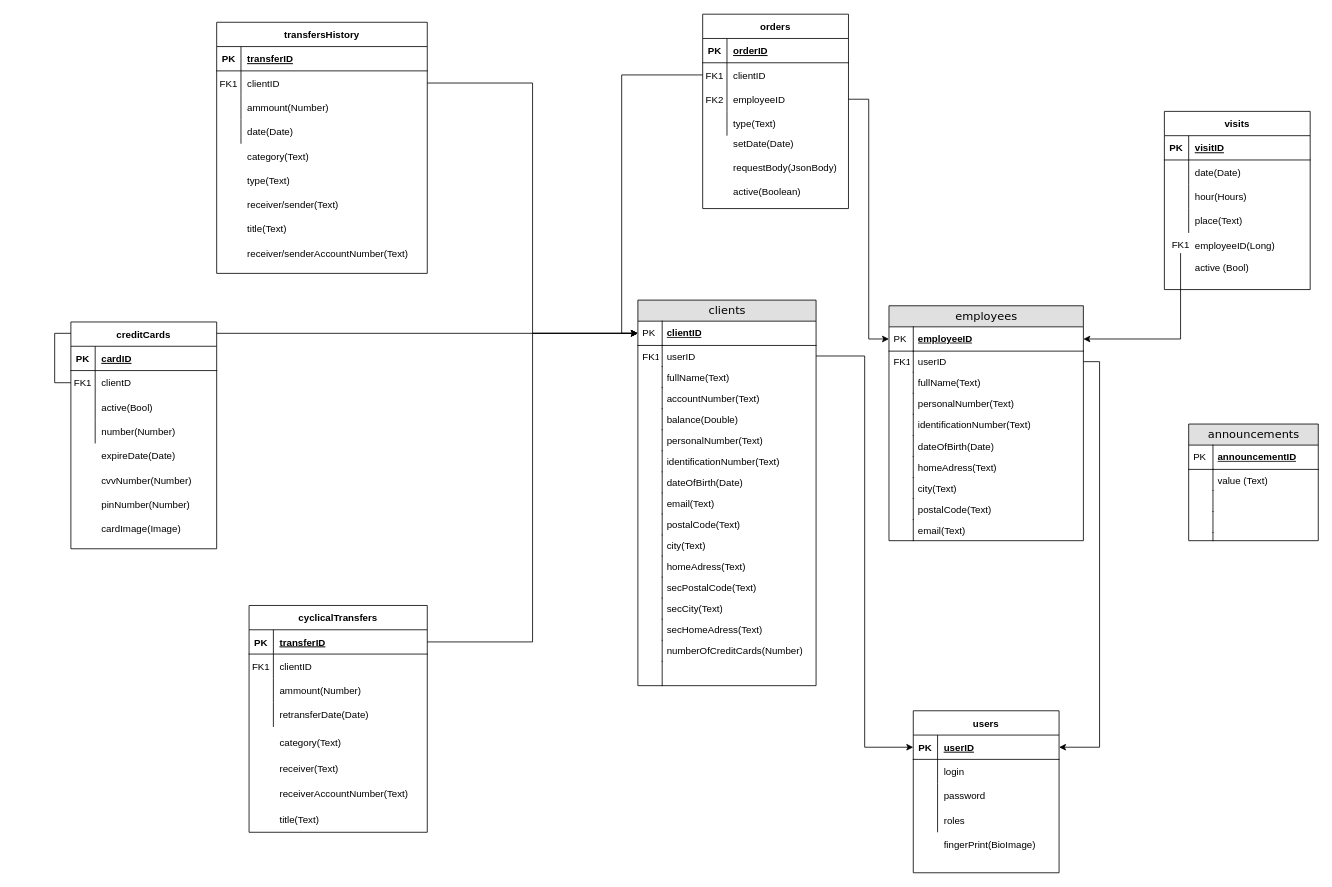
Before: src/main/backend/DatabaseSchema.drawio in Paros998/OnlineBankBackend, a draw.io diagram. Source tidied: cells renumbered, new cells numbered last; positions are measured from the earlier drawing's top-left corner, leaving out a move shared by most shapes. Both pictures are drawn from the tidied source at 81%, with x=0, y=0 at pixel (70, 14).
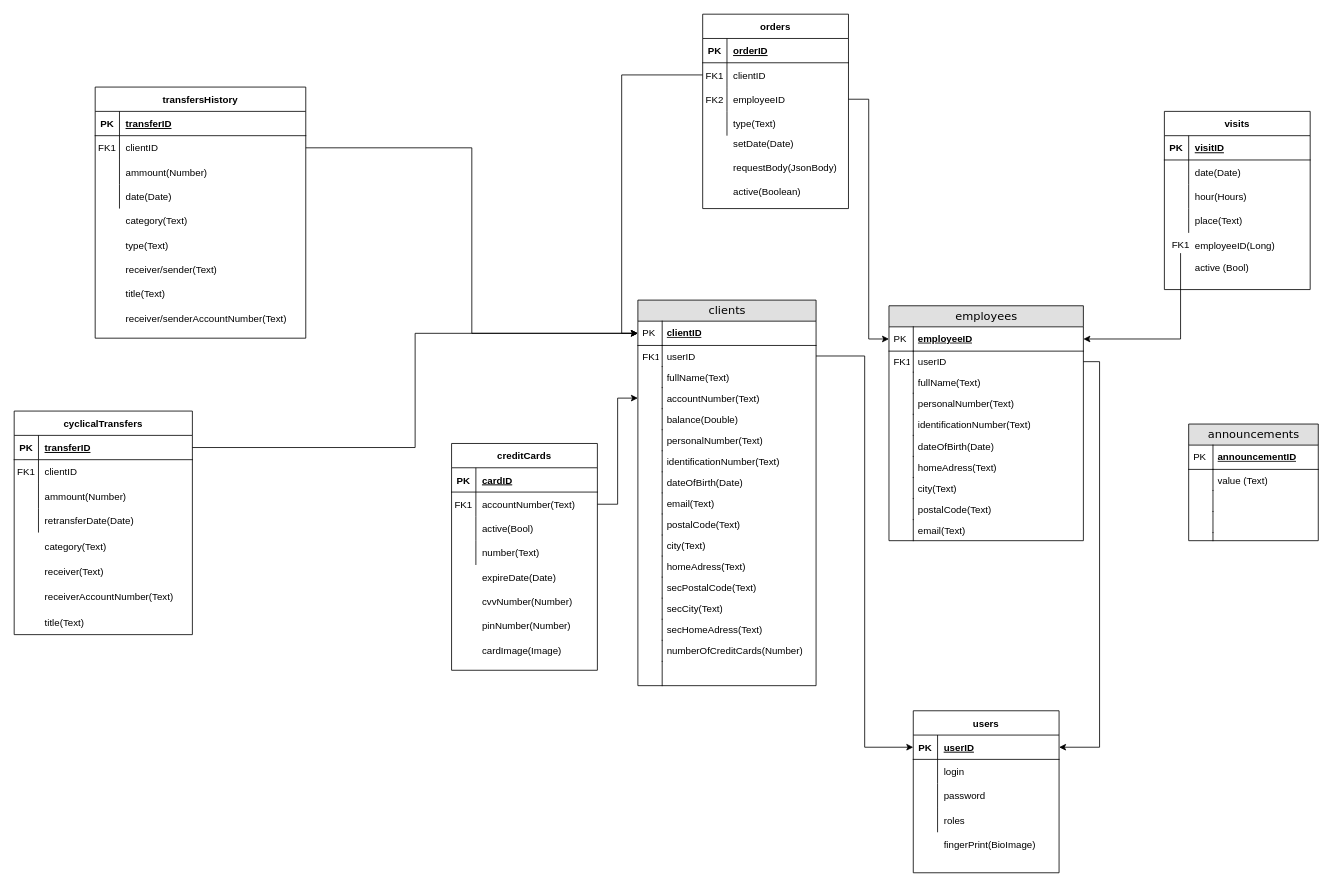
After the change.

The change refers to these unchanged cells:
```xml
<mxCell id="35" value="clientID" style="shape=partialRectangle;top=0;left=0;right=0;bottom=1;html=1;align=left;verticalAlign=middle;fillColor=none;spacingLeft=34;spacingRight=4;whiteSpace=wrap;overflow=hidden;points=[[0,0.5],[1,0.5]];portConstraint=eastwest;fontStyle=5;" parent="34" vertex="1">
  <mxGeometry y="26" width="220" height="30" as="geometry" />
</mxCell>
<mxCell id="41" value="accountNumber(Text)" style="shape=partialRectangle;top=0;left=0;right=0;bottom=0;html=1;align=left;verticalAlign=top;fillColor=none;spacingLeft=34;spacingRight=4;whiteSpace=wrap;overflow=hidden;points=[[0,0.5],[1,0.5]];portConstraint=eastwest;" parent="34" vertex="1">
  <mxGeometry y="108" width="220" height="26" as="geometry" />
</mxCell>
<mxCell id="109" style="shape=partialRectangle;fillColor=none;top=0;left=0;bottom=0;right=0;points=[[0,0.5],[1,0.5]];portConstraint=eastwest;" parent="105" vertex="1">
  <mxGeometry y="60" width="180" height="30" as="geometry" />
</mxCell>
<mxCell id="115" style="shape=partialRectangle;fillColor=none;top=0;left=0;bottom=0;right=0;" parent="105" vertex="1">
  <mxGeometry y="120" width="180" height="30" as="geometry" />
</mxCell>
```

Diff of the diagram source:
```diff
@@
-    <mxCell id="88" style="edgeStyle=orthogonalEdgeStyle;rounded=0;jettySize=auto;html=1;exitX=0;exitY=0.5;exitDx=0;exitDy=0;entryX=0;entryY=0.5;entryDx=0;entryDy=0;" parent="1" edge="1" source="109" target="35">
-      <mxGeometry relative="1" as="geometry" />
-    </mxCell>
@@
     <mxCell id="104" style="group;" parent="1" vertex="1">
-      <mxGeometry y="380" width="180" height="280" as="geometry" />
+      <mxGeometry x="470" y="530" width="180" height="280" as="geometry" />
     </mxCell>
@@
-    <mxCell id="111" value="clientD" style="shape=partialRectangle;fillColor=none;top=0;left=0;bottom=0;right=0;align=left;spacingLeft=6;overflow=hidden;" parent="109" vertex="1">
+    <mxCell id="111" value="accountNumber(Text)" style="shape=partialRectangle;fillColor=none;top=0;left=0;bottom=0;right=0;align=left;spacingLeft=6;overflow=hidden;" parent="109" vertex="1">
       <mxGeometry x="30" width="150" height="30" as="geometry" />
     </mxCell>
@@
-    <mxCell id="117" value="number(Number)" style="shape=partialRectangle;fillColor=none;top=0;left=0;bottom=0;right=0;align=left;spacingLeft=6;overflow=hidden;" parent="115" vertex="1">
+    <mxCell id="117" value="number(Text)" style="shape=partialRectangle;fillColor=none;top=0;left=0;bottom=0;right=0;align=left;spacingLeft=6;overflow=hidden;" parent="115" vertex="1">
       <mxGeometry x="30" width="150" height="30" as="geometry" />
     </mxCell>
@@
     <mxCell id="142" style="group;" parent="1" vertex="1">
-      <mxGeometry x="180" y="10" width="260" height="350" as="geometry" />
+      <mxGeometry x="30" y="90" width="260" height="350" as="geometry" />
     </mxCell>
@@
     <mxCell id="161" style="group;" parent="1" vertex="1">
-      <mxGeometry x="220" y="730" width="220" height="280" as="geometry" />
+      <mxGeometry x="-70" y="490" width="220" height="276" as="geometry" />
     </mxCell>
     <mxCell id="162" value="cyclicalTransfers" style="shape=table;startSize=30;childLayout=tableLayout;rowLines=0;fontStyle=1;align=center;" parent="161" vertex="1">
-      <mxGeometry width="220" height="280" as="geometry" />
+      <mxGeometry width="220" height="276" as="geometry" />
     </mxCell>
@@
     <mxCell id="175" value="category(Text)" style="shape=partialRectangle;fillColor=none;top=0;left=0;bottom=0;right=0;align=left;spacingLeft=6;overflow=hidden;" parent="161" vertex="1">
-      <mxGeometry x="30" y="153.2" width="150" height="31.7" as="geometry" />
+      <mxGeometry x="30" y="151" width="150" height="31.2" as="geometry" />
     </mxCell>
     <mxCell id="176" value="receiver(Text)" style="shape=partialRectangle;fillColor=none;top=0;left=0;bottom=0;right=0;align=left;spacingLeft=6;overflow=hidden;" parent="161" vertex="1">
-      <mxGeometry x="30" y="184.9" width="150" height="31.7" as="geometry" />
+      <mxGeometry x="30" y="182.3" width="150" height="31.2" as="geometry" />
     </mxCell>
     <mxCell id="177" value="receiverAccountNumber(Text)" style="shape=partialRectangle;fillColor=none;top=0;left=0;bottom=0;right=0;align=left;spacingLeft=6;overflow=hidden;" parent="161" vertex="1">
-      <mxGeometry x="30" y="216.6" width="170" height="31.7" as="geometry" />
+      <mxGeometry x="30" y="213.5" width="170" height="31.2" as="geometry" />
     </mxCell>
     <mxCell id="178" value="title(Text)" style="shape=partialRectangle;fillColor=none;top=0;left=0;bottom=0;right=0;align=left;spacingLeft=6;overflow=hidden;" parent="161" vertex="1">
-      <mxGeometry x="30" y="248.3" width="170" height="31.7" as="geometry" />
+      <mxGeometry x="30" y="244.8" width="170" height="31.2" as="geometry" />
     </mxCell>
@@
+    <mxCell id="182" style="edgeStyle=orthogonalEdgeStyle;rounded=0;jettySize=auto;html=1;exitX=1;exitY=0.5;exitDx=0;exitDy=0;entryX=0;entryY=0.5;entryDx=0;entryDy=0;" parent="1" edge="1" source="109" target="41">
+      <mxGeometry relative="1" as="geometry" />
+    </mxCell>
```
